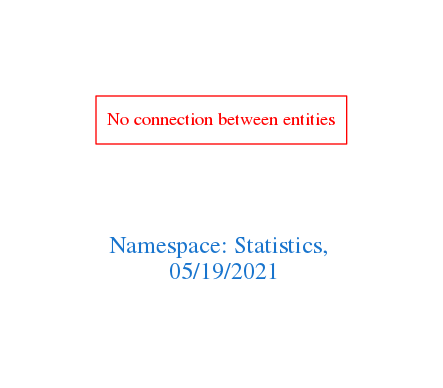
arago/OGIT keeps this Graphviz diagram as downloads/Statistics.png. Above is the earlier version. Its source is kept beside it as downloads/Statistics.dot.
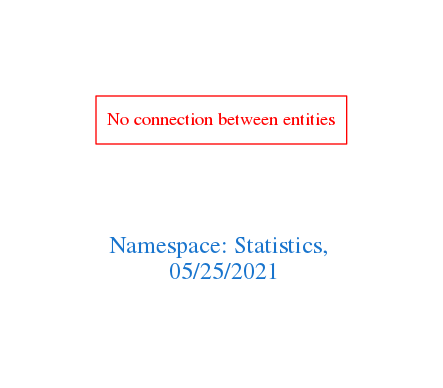
After the commit.

Change to the diagram source:
```diff
@@ -1,7 +1,7 @@
 digraph OGIT_ontology {
  graph [ rankdir= LR,pad=1
 fontsize = 18,
-fontcolor= dodgerblue3,label = "\n\n\nNamespace: Statistics, \n 05/19/2021"];
+fontcolor= dodgerblue3,label = "\n\n\nNamespace: Statistics, \n 05/25/2021"];
 node[shape=polygon];
 edge [  color="gray81"];
 
```
